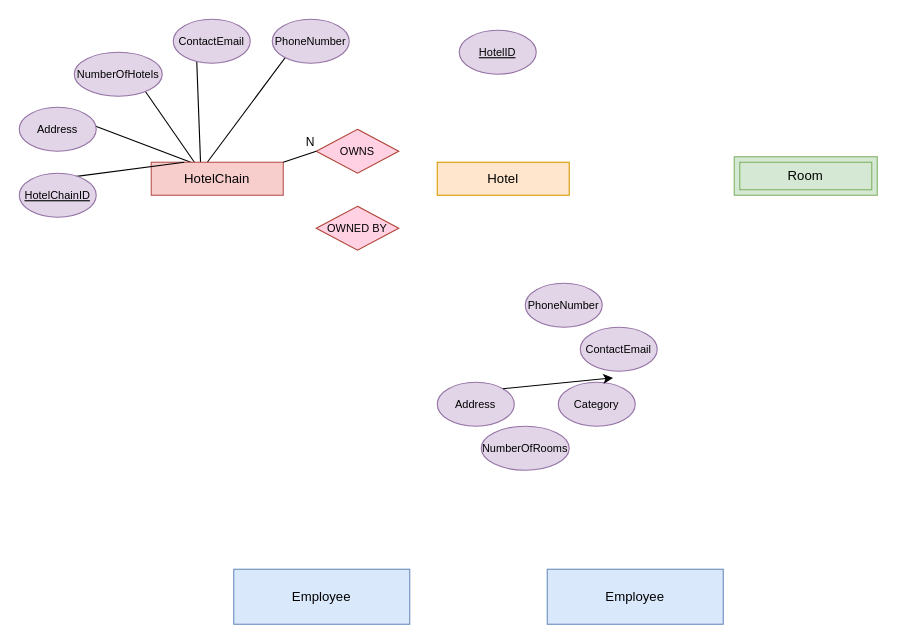
This is 1st-deliverable/ER Diagram.drawio from miuponn/eHotels-Project, a draw.io file, before an edit. Source tidied: cells renumbered, new cells numbered last; positions are measured from the earlier drawing's top-left corner, leaving out a move shared by most shapes. Both pictures are drawn from the tidied source at 110%, with x=0, y=0 at pixel (19, 19).
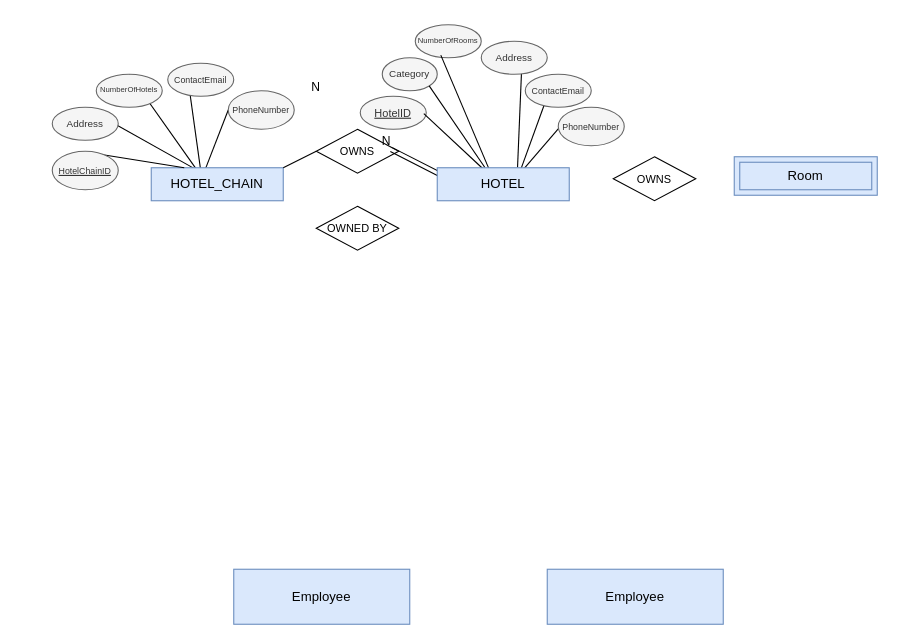
The same page after the edit.

The change refers to these unchanged cells:
```xml
<mxCell id="26" style="endArrow=none;html=1;rounded=0;exitX=1;exitY=0;exitDx=0;exitDy=0;exitPerimeter=0;entryX=0;entryY=0.5;entryDx=0;entryDy=0;" parent="1" edge="1" source="6" target="24">
  <mxGeometry relative="1" as="geometry" />
</mxCell>
```

Change to the diagram source:
```diff
@@
-    <mxCell id="2" style="edgeStyle=none;jettySize=auto;html=1;exitX=0.419;exitY=0.03;exitDx=0;exitDy=0;exitPerimeter=0;entryX=0.433;entryY=0.25;entryDx=0;entryDy=0;entryPerimeter=0;endArrow=none;endFill=0;" parent="1" edge="1" source="6" target="10">
+    <mxCell id="2" style="edgeStyle=none;jettySize=auto;html=1;exitX=0.409;exitY=0.049;exitDx=0;exitDy=0;exitPerimeter=0;entryX=0;entryY=0.5;entryDx=0;entryDy=0;endArrow=none;endFill=0;" parent="1" edge="1" source="6" target="10">
       <mxGeometry relative="1" as="geometry" />
     </mxCell>
@@
-    <mxCell id="5" style="edgeStyle=none;jettySize=auto;html=1;exitX=0.5;exitY=1;exitDx=0;exitDy=0;exitPerimeter=0;entryX=0.5;entryY=0;entryDx=0;entryDy=0;endArrow=none;endFill=0;" parent="1" edge="1" source="6" target="8">
+    <mxCell id="5" style="edgeStyle=none;jettySize=auto;html=1;exitX=0.336;exitY=0.01;exitDx=0;exitDy=0;exitPerimeter=0;entryX=0.5;entryY=0;entryDx=0;entryDy=0;endArrow=none;endFill=0;" parent="1" edge="1" source="6" target="8">
       <mxGeometry relative="1" as="geometry" />
     </mxCell>
+    <mxCell id="7" value="&lt;span style=&quot;font-size: 9px;&quot;&gt;Address&lt;br style=&quot;font-size: 9px;&quot;&gt;&lt;/span&gt;" style="ellipse;whiteSpace=wrap;html=1;fillColor=#f5f5f5;strokeColor=#666666;fontColor=#333333;fontSize=9;" parent="1" vertex="1">
+      <mxGeometry x="30" y="80" width="60" height="30" as="geometry" />
+    </mxCell>
-    <mxCell id="6" value="HotelChain" style="rounded=0;whiteSpace=wrap;html=1;fillColor=#f8cecc;strokeColor=#b85450;points=[[0,0,0,0,0],[0,0.25,0,0,0],[0,0.5,0,0,0],[0,0.75,0,0,0],[0,1,0,0,0],[0.25,0,0,0,0],[0.25,1,0,0,0],[0.5,0,0,0,0],[0.5,1,0,0,0],[0.75,0,0,0,0],[0.75,1,0,0,0],[1,0,0,0,0],[1,0.25,0,0,0],[1,0.5,0,0,0],[1,0.75,0,0,0],[1,1,0,0,0]];" parent="1" vertex="1">
-      <mxGeometry x="120" y="130" width="120" height="30" as="geometry" />
+    <mxCell id="6" value="HOTEL_CHAIN" style="rounded=0;whiteSpace=wrap;html=1;fillColor=#dae8fc;strokeColor=#6c8ebf;points=[[0,0,0,0,0],[0,0.25,0,0,0],[0,0.5,0,0,0],[0,0.75,0,0,0],[0,1,0,0,0],[0.25,0,0,0,0],[0.25,1,0,0,0],[0.5,0,0,0,0],[0.5,1,0,0,0],[0.75,0,0,0,0],[0.75,1,0,0,0],[1,0,0,0,0],[1,0.25,0,0,0],[1,0.5,0,0,0],[1,0.75,0,0,0],[1,1,0,0,0]];" parent="1" vertex="1">
+      <mxGeometry x="120" y="135" width="120" height="30" as="geometry" />
     </mxCell>
-    <mxCell id="7" value="&lt;span style=&quot;font-size: 10px;&quot;&gt;Address&lt;br&gt;&lt;/span&gt;" style="ellipse;whiteSpace=wrap;html=1;fillColor=#e1d5e7;strokeColor=#9673a6;" parent="1" vertex="1">
-      <mxGeometry y="80" width="70" height="40" as="geometry" />
-    </mxCell>
-    <mxCell id="8" value="&lt;span style=&quot;font-size: 10px;&quot;&gt;NumberOfHotels&lt;br&gt;&lt;/span&gt;" style="ellipse;whiteSpace=wrap;html=1;fillColor=#e1d5e7;strokeColor=#9673a6;" parent="1" vertex="1">
-      <mxGeometry x="50" y="30" width="80" height="40" as="geometry" />
+    <mxCell id="8" value="&lt;span style=&quot;font-size: 7px;&quot;&gt;NumberOfHotels&lt;br style=&quot;font-size: 7px;&quot;&gt;&lt;/span&gt;" style="ellipse;whiteSpace=wrap;html=1;fillColor=#f5f5f5;strokeColor=#666666;fontColor=#333333;fontSize=7;" parent="1" vertex="1">
+      <mxGeometry x="70" y="50" width="60" height="30" as="geometry" />
     </mxCell>
-    <mxCell id="9" value="&lt;span style=&quot;font-size: 10px;&quot;&gt;ContactEmail&lt;br&gt;&lt;/span&gt;" style="ellipse;whiteSpace=wrap;html=1;fillColor=#e1d5e7;strokeColor=#9673a6;" parent="1" vertex="1">
-      <mxGeometry x="140" width="70" height="40" as="geometry" />
+    <mxCell id="9" value="&lt;span style=&quot;font-size: 8px;&quot;&gt;ContactEmail&lt;br style=&quot;font-size: 8px;&quot;&gt;&lt;/span&gt;" style="ellipse;whiteSpace=wrap;html=1;fillColor=#f5f5f5;strokeColor=#666666;fontColor=#333333;fontSize=8;" parent="1" vertex="1">
+      <mxGeometry x="135" y="40" width="60" height="30" as="geometry" />
     </mxCell>
-    <mxCell id="10" value="&lt;span style=&quot;font-size: 10px;&quot;&gt;PhoneNumber&lt;br&gt;&lt;/span&gt;" style="ellipse;whiteSpace=wrap;html=1;fillColor=#e1d5e7;strokeColor=#9673a6;" parent="1" vertex="1">
-      <mxGeometry x="230" width="70" height="40" as="geometry" />
+    <mxCell id="10" value="&lt;span style=&quot;font-size: 8px;&quot;&gt;PhoneNumber&lt;br style=&quot;font-size: 8px;&quot;&gt;&lt;/span&gt;" style="ellipse;whiteSpace=wrap;html=1;fillColor=#f5f5f5;strokeColor=#666666;fontColor=#333333;fontSize=8;" parent="1" vertex="1">
+      <mxGeometry x="190" y="65" width="60" height="35" as="geometry" />
     </mxCell>
@@
-    <mxCell id="12" value="&lt;u&gt;&lt;font style=&quot;font-size: 10px;&quot;&gt;HotelChainID&lt;/font&gt;&lt;/u&gt;" style="ellipse;whiteSpace=wrap;html=1;fillColor=#e1d5e7;strokeColor=#9673a6;points=[[0,0,0,0,0],[0,0.5,0,0,0],[0,1,0,0,0],[0.5,0,0,0,0],[0.5,1,0,0,0],[1,0,0,0,0],[1,0.5,0,0,0],[1,1,0,0,0]];" parent="1" vertex="1">
-      <mxGeometry y="140" width="70" height="40" as="geometry" />
+    <mxCell id="12" value="&lt;u style=&quot;font-size: 8px;&quot;&gt;&lt;font style=&quot;font-size: 8px;&quot;&gt;HotelChainID&lt;/font&gt;&lt;/u&gt;" style="ellipse;whiteSpace=wrap;html=1;fillColor=#f5f5f5;strokeColor=#666666;points=[[0,0,0,0,0],[0,0.5,0,0,0],[0,1,0,0,0],[0.5,0,0,0,0],[0.5,1,0,0,0],[1,0,0,0,0],[1,0.5,0,0,0],[1,1,0,0,0]];fontColor=#333333;fontSize=8;" parent="1" vertex="1">
+      <mxGeometry x="30" y="120" width="60" height="35" as="geometry" />
     </mxCell>
-    <mxCell id="13" value="Hotel" style="rounded=0;whiteSpace=wrap;html=1;fillColor=#ffe6cc;strokeColor=#d79b00;" parent="1" vertex="1">
-      <mxGeometry x="380" y="130" width="120" height="30" as="geometry" />
-    </mxCell>
-    <mxCell id="14" value="&lt;u&gt;&lt;font style=&quot;font-size: 10px;&quot;&gt;HotelID&lt;/font&gt;&lt;/u&gt;" style="ellipse;whiteSpace=wrap;html=1;fillColor=#e1d5e7;strokeColor=#9673a6;points=[[0,0,0,0,0],[0,0.5,0,0,0],[0,1,0,0,0],[0.5,0,0,0,0],[0.5,1,0,0,0],[1,0,0,0,0],[1,0.5,0,0,0],[1,1,0,0,0]];" parent="1" vertex="1">
-      <mxGeometry x="400" y="10" width="70" height="40" as="geometry" />
-    </mxCell>
-    <mxCell id="15" value="&lt;span style=&quot;font-size: 10px;&quot;&gt;NumberOfRooms&lt;br&gt;&lt;/span&gt;" style="ellipse;whiteSpace=wrap;html=1;fillColor=#e1d5e7;strokeColor=#9673a6;" parent="1" vertex="1">
-      <mxGeometry x="420" y="370" width="80" height="40" as="geometry" />
-    </mxCell>
-    <mxCell id="16" value="&lt;span style=&quot;font-size: 10px;&quot;&gt;Address&lt;br&gt;&lt;/span&gt;" style="ellipse;whiteSpace=wrap;html=1;fillColor=#e1d5e7;strokeColor=#9673a6;" parent="1" vertex="1">
-      <mxGeometry x="380" y="330" width="70" height="40" as="geometry" />
-    </mxCell>
-    <mxCell id="17" value="&lt;span style=&quot;font-size: 10px;&quot;&gt;ContactEmail&lt;br&gt;&lt;/span&gt;" style="ellipse;whiteSpace=wrap;html=1;fillColor=#e1d5e7;strokeColor=#9673a6;" parent="1" vertex="1">
-      <mxGeometry x="510" y="280" width="70" height="40" as="geometry" />
-    </mxCell>
@@
-    <mxCell id="20" value="&lt;span style=&quot;font-size: 10px;&quot;&gt;Category&lt;br&gt;&lt;/span&gt;" style="ellipse;whiteSpace=wrap;html=1;fillColor=#e1d5e7;strokeColor=#9673a6;" parent="1" vertex="1">
-      <mxGeometry x="490" y="330" width="70" height="40" as="geometry" />
+    <mxCell id="20" value="&lt;span style=&quot;font-size: 9px;&quot;&gt;Category&lt;br style=&quot;font-size: 9px;&quot;&gt;&lt;/span&gt;" style="ellipse;whiteSpace=wrap;html=1;fillColor=#f5f5f5;strokeColor=#666666;fontSize=9;fontColor=#333333;" parent="1" vertex="1">
+      <mxGeometry x="330" y="35" width="50" height="30" as="geometry" />
     </mxCell>
-    <mxCell id="21" style="edgeStyle=none;jettySize=auto;html=1;exitX=1;exitY=0;exitDx=0;exitDy=0;entryX=0.712;entryY=-0.099;entryDx=0;entryDy=0;entryPerimeter=0;" parent="1" edge="1" source="16" target="20">
-      <mxGeometry relative="1" as="geometry" />
-    </mxCell>
-    <mxCell id="22" value="&lt;span style=&quot;font-size: 10px;&quot;&gt;PhoneNumber&lt;br&gt;&lt;/span&gt;" style="ellipse;whiteSpace=wrap;html=1;fillColor=#e1d5e7;strokeColor=#9673a6;" parent="1" vertex="1">
-      <mxGeometry x="460" y="240" width="70" height="40" as="geometry" />
-    </mxCell>
+    <mxCell id="14" value="&lt;span style=&quot;font-size: 10px;&quot;&gt;&lt;u style=&quot;font-size: 10px;&quot;&gt;HotelID&lt;/u&gt;&lt;/span&gt;" style="ellipse;whiteSpace=wrap;html=1;fillColor=#f5f5f5;strokeColor=#666666;points=[[0,0,0,0,0],[0,0.5,0,0,0],[0,1,0,0,0],[0.5,0,0,0,0],[0.5,1,0,0,0],[1,0,0,0,0],[1,0.5,0,0,0],[1,1,0,0,0]];fontColor=#333333;fontSize=10;" parent="1" vertex="1">
+      <mxGeometry x="310" y="70" width="60" height="30" as="geometry" />
+    </mxCell>
-    <mxCell id="23" value="Room" style="shape=ext;margin=3;double=1;whiteSpace=wrap;html=1;align=center;fillColor=#d5e8d4;strokeColor=#82b366;" parent="1" vertex="1">
+    <mxCell id="23" value="Room" style="shape=ext;margin=3;double=1;whiteSpace=wrap;html=1;align=center;fillColor=#dae8fc;strokeColor=#6c8ebf;" parent="1" vertex="1">
       <mxGeometry x="650" y="125" width="130" height="35" as="geometry" />
     </mxCell>
-    <mxCell id="24" value="&lt;font style=&quot;font-size: 10px;&quot;&gt;OWNS&lt;/font&gt;" style="shape=rhombus;perimeter=rhombusPerimeter;whiteSpace=wrap;html=1;align=center;fillColor=#ffd1e3;strokeColor=#ae4132;" parent="1" vertex="1">
+    <mxCell id="24" value="&lt;font style=&quot;font-size: 10px;&quot;&gt;OWNS&lt;/font&gt;" style="shape=rhombus;perimeter=rhombusPerimeter;whiteSpace=wrap;html=1;align=center;" parent="1" vertex="1">
       <mxGeometry x="270" y="100" width="75" height="40" as="geometry" />
     </mxCell>
-    <mxCell id="25" value="&lt;span style=&quot;font-size: 10px;&quot;&gt;OWNED BY&lt;/span&gt;" style="shape=rhombus;perimeter=rhombusPerimeter;whiteSpace=wrap;html=1;align=center;fillColor=#ffd1e3;strokeColor=#ae4132;" parent="1" vertex="1">
+    <mxCell id="25" value="&lt;span style=&quot;font-size: 10px;&quot;&gt;OWNED BY&lt;/span&gt;" style="shape=rhombus;perimeter=rhombusPerimeter;whiteSpace=wrap;html=1;align=center;" parent="1" vertex="1">
       <mxGeometry x="270" y="170" width="75" height="40" as="geometry" />
     </mxCell>
@@
     <mxCell id="27" value="N" style="html=1;whiteSpace=wrap;align=right;verticalAlign=bottom;fontSize=11;" parent="26" vertex="1">
-      <mxGeometry x="1" relative="1" as="geometry" />
+      <mxGeometry x="1" relative="1" as="geometry">
+        <mxPoint x="5" y="-50" as="offset" />
+      </mxGeometry>
     </mxCell>
+    <mxCell id="15" value="&lt;span style=&quot;font-size: 7px;&quot;&gt;NumberOfRooms&lt;br style=&quot;font-size: 7px;&quot;&gt;&lt;/span&gt;" style="ellipse;whiteSpace=wrap;html=1;fillColor=#f5f5f5;strokeColor=#666666;fontSize=7;fontColor=#333333;" parent="1" vertex="1">
+      <mxGeometry x="360" y="5" width="60" height="30" as="geometry" />
+    </mxCell>
+    <mxCell id="28" value="&lt;font style=&quot;font-size: 10px;&quot;&gt;OWNS&lt;/font&gt;" style="shape=rhombus;perimeter=rhombusPerimeter;whiteSpace=wrap;html=1;align=center;" parent="1" vertex="1">
+      <mxGeometry x="540" y="125" width="75" height="40" as="geometry" />
+    </mxCell>
+    <mxCell id="29" style="endArrow=none;html=1;rounded=0;entryX=0.344;entryY=0.023;entryDx=0;entryDy=0;entryPerimeter=0;exitX=0.963;exitY=0.529;exitDx=0;exitDy=0;exitPerimeter=0;" parent="1" edge="1" source="14">
+      <mxGeometry relative="1" as="geometry">
+        <mxPoint x="421.3" y="135.7" as="targetPoint" />
+      </mxGeometry>
+    </mxCell>
+    <mxCell id="30" style="endArrow=none;html=1;rounded=0;entryX=1;entryY=1;entryDx=0;entryDy=0;exitX=0.361;exitY=-0.006;exitDx=0;exitDy=0;exitPerimeter=0;" parent="1" edge="1" target="20">
+      <mxGeometry relative="1" as="geometry">
+        <mxPoint x="423.3" y="134.8" as="sourcePoint" />
+      </mxGeometry>
+    </mxCell>
+    <mxCell id="31" style="endArrow=none;html=1;rounded=0;entryX=0.91;entryY=0.462;entryDx=0;entryDy=0;shape=link;sourcePerimeterSpacing=0;startSize=6;entryPerimeter=0;exitX=0.167;exitY=0.5;exitDx=0;exitDy=0;exitPerimeter=0;" parent="1" edge="1" source="38" target="24">
+      <mxGeometry relative="1" as="geometry" />
+    </mxCell>
+    <mxCell id="32" value="N" style="html=1;whiteSpace=wrap;align=right;verticalAlign=bottom;fontSize=11;" parent="31" vertex="1">
+      <mxGeometry x="1" relative="1" as="geometry" />
+    </mxCell>
+    <mxCell id="33" style="endArrow=none;html=1;rounded=0;entryX=0.61;entryY=0.936;entryDx=0;entryDy=0;exitX=0.608;exitY=-0.008;exitDx=0;exitDy=0;exitPerimeter=0;entryPerimeter=0;" parent="1" edge="1">
+      <mxGeometry relative="1" as="geometry">
+        <mxPoint x="453" y="134.8" as="sourcePoint" />
+        <mxPoint x="456.6" y="48.1" as="targetPoint" />
+      </mxGeometry>
+    </mxCell>
+    <mxCell id="34" style="endArrow=none;html=1;rounded=0;exitX=0.636;exitY=0.02;exitDx=0;exitDy=0;exitPerimeter=0;entryX=0.295;entryY=0.886;entryDx=0;entryDy=0;entryPerimeter=0;" parent="1" edge="1">
+      <mxGeometry relative="1" as="geometry">
+        <mxPoint x="456.3" y="135.6" as="sourcePoint" />
+        <mxPoint x="477.7" y="76.6" as="targetPoint" />
+      </mxGeometry>
+    </mxCell>
+    <mxCell id="35" style="endArrow=none;html=1;rounded=0;entryX=0.211;entryY=0.139;entryDx=0;entryDy=0;entryPerimeter=0;exitX=0.656;exitY=0.032;exitDx=0;exitDy=0;exitPerimeter=0;" parent="1" edge="1" source="38">
+      <mxGeometry relative="1" as="geometry">
+        <mxPoint x="502.7" y="84.9" as="targetPoint" />
+      </mxGeometry>
+    </mxCell>
+    <mxCell id="36" style="endArrow=none;html=1;rounded=0;exitX=0.393;exitY=0.049;exitDx=0;exitDy=0;exitPerimeter=0;entryX=0.387;entryY=0.92;entryDx=0;entryDy=0;entryPerimeter=0;" parent="1" edge="1" target="15">
+      <mxGeometry relative="1" as="geometry">
+        <mxPoint x="427.2" y="136.5" as="sourcePoint" />
+      </mxGeometry>
+    </mxCell>
+    <mxCell id="37" style="endArrow=none;html=1;rounded=0;entryX=0.91;entryY=0.462;entryDx=0;entryDy=0;shape=link;sourcePerimeterSpacing=0;startSize=6;entryPerimeter=0;" parent="1" edge="1" target="38">
+      <mxGeometry relative="1" as="geometry">
+        <mxPoint x="420" y="160" as="sourcePoint" />
+      </mxGeometry>
+    </mxCell>
+    <mxCell id="38" value="HOTEL" style="rounded=0;whiteSpace=wrap;html=1;fillColor=#dae8fc;strokeColor=#6c8ebf;points=[[0,0,0,0,0],[0,0.25,0,0,0],[0,0.5,0,0,0],[0,0.75,0,0,0],[0,1,0,0,0],[0.25,0,0,0,0],[0.25,1,0,0,0],[0.5,0,0,0,0],[0.5,1,0,0,0],[0.75,0,0,0,0],[0.75,1,0,0,0],[1,0,0,0,0],[1,0.25,0,0,0],[1,0.5,0,0,0],[1,0.75,0,0,0],[1,1,0,0,0]];" parent="1" vertex="1">
+      <mxGeometry x="380" y="135" width="120" height="30" as="geometry" />
+    </mxCell>
+    <mxCell id="22" value="&lt;span style=&quot;font-size: 8px;&quot;&gt;PhoneNumber&lt;br style=&quot;font-size: 8px;&quot;&gt;&lt;/span&gt;" style="ellipse;whiteSpace=wrap;html=1;fillColor=#f5f5f5;strokeColor=#666666;fontColor=#333333;fontSize=8;" parent="1" vertex="1">
+      <mxGeometry x="490" y="80" width="60" height="35" as="geometry" />
+    </mxCell>
+    <mxCell id="16" value="&lt;span style=&quot;font-size: 9px;&quot;&gt;Address&lt;br style=&quot;font-size: 9px;&quot;&gt;&lt;/span&gt;" style="ellipse;whiteSpace=wrap;html=1;fillColor=#f5f5f5;strokeColor=#666666;fontColor=#333333;fontSize=9;" parent="1" vertex="1">
+      <mxGeometry x="420" y="20" width="60" height="30" as="geometry" />
+    </mxCell>
+    <mxCell id="17" value="&lt;span style=&quot;font-size: 8px;&quot;&gt;ContactEmail&lt;br style=&quot;font-size: 8px;&quot;&gt;&lt;/span&gt;" style="ellipse;whiteSpace=wrap;html=1;fillColor=#f5f5f5;strokeColor=#666666;fontColor=#333333;fontSize=8;" parent="1" vertex="1">
+      <mxGeometry x="460" y="50" width="60" height="30" as="geometry" />
+    </mxCell>
```
